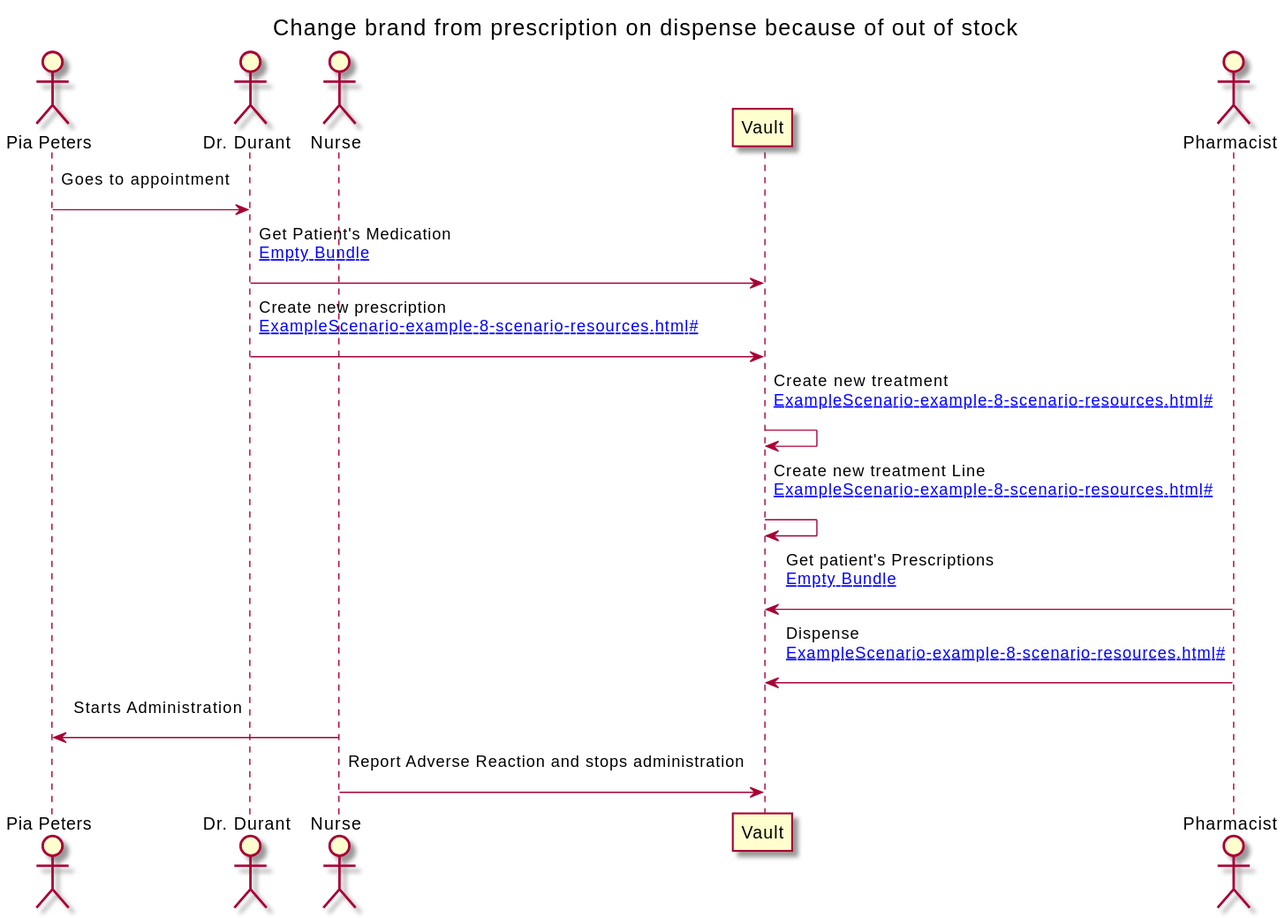
The PlantUML diagram branches/master/ExampleScenario-example-8-scenario.svg in costateixeira/hl7-be-fhir-medication, before a commit.
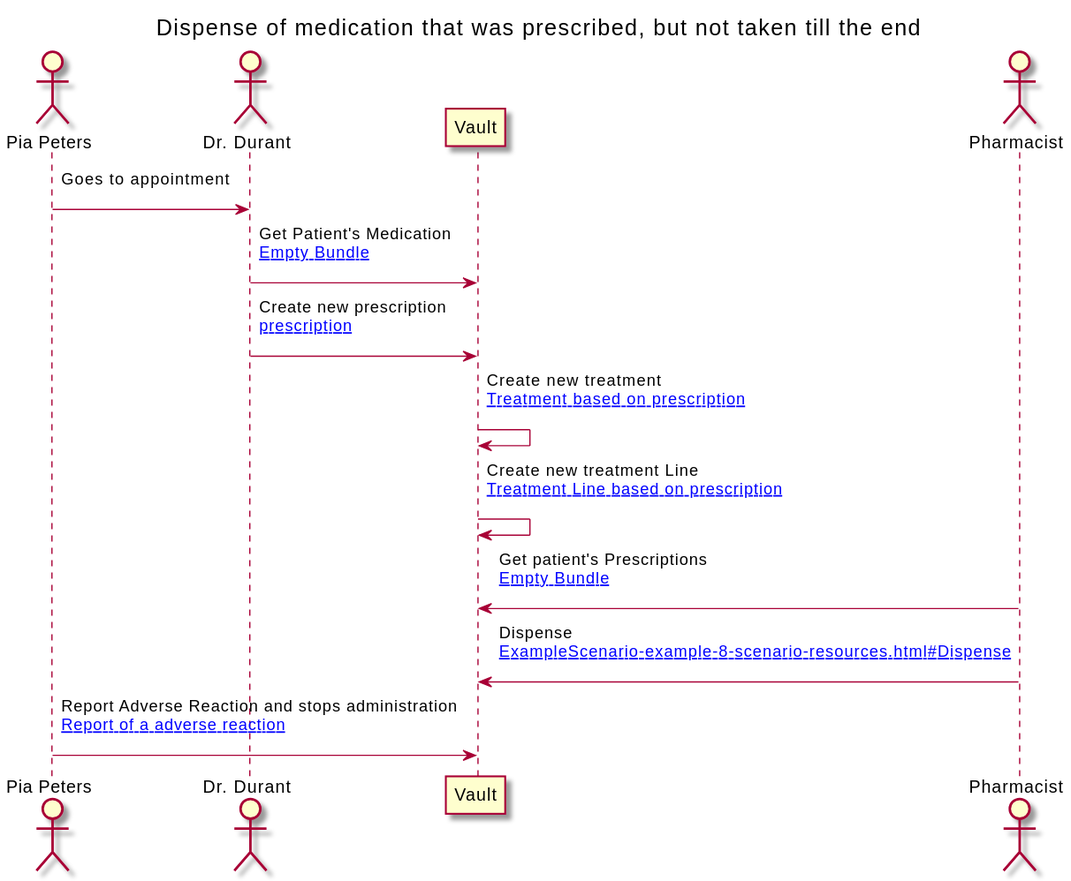
Above is the later version.

Change to the diagram source:
```diff
@@ -1,11 +1,10 @@
 @startuml
 
 
-Title Change brand from prescription on dispense because of out of stock
+Title Dispense of medication that was prescribed, but not taken till the end
 
 actor "Pia Peters" as PATIENT
 actor "Dr. Durant" as GP
-actor "Nurse" as NU
 participant "Vault" as VAULT
 actor "Pharmacist" as PHARM
 
@@ -15,13 +14,12 @@
 
     PATIENT-> GP : Goes to appointment\n
     GP-> VAULT : Get Patient's Medication\n[[ExampleScenario-example-8-scenario-resources.html#EB Empty Bundle]]\n
-    GP-> VAULT : Create new prescription\n[[ExampleScenario-example-8-scenario-resources.html#]]\n
-    VAULT-> VAULT : Create new treatment\n[[ExampleScenario-example-8-scenario-resources.html#]]\n
-    VAULT-> VAULT : Create new treatment Line\n[[ExampleScenario-example-8-scenario-resources.html#]]\n
+    GP-> VAULT : Create new prescription\n[[ExampleScenario-example-8-scenario-resources.html#New prescription]]\n
+    VAULT-> VAULT : Create new treatment\n[[ExampleScenario-example-8-scenario-resources.html#New Treatment based on prescription]]\n
+    VAULT-> VAULT : Create new treatment Line\n[[ExampleScenario-example-8-scenario-resources.html#New Treatment Line based on prescription]]\n
     PHARM-> VAULT : Get patient's Prescriptions\n[[ExampleScenario-example-8-scenario-resources.html#EB Empty Bundle]]\n
-    PHARM-> VAULT : Dispense\n[[ExampleScenario-example-8-scenario-resources.html#]]\n
-    NU-> PATIENT : Starts Administration\n
-    NU-> VAULT : Report Adverse Reaction and stops administration\n
+    PHARM-> VAULT : Dispense\n[[ExampleScenario-example-8-scenario-resources.html#Dispense]]\n
+    PATIENT-> VAULT : Report Adverse Reaction and stops administration\n[[ExampleScenario-example-8-scenario-resources.html#Administration Report of a adverse reaction]]\n
 
 
 @enduml
```
